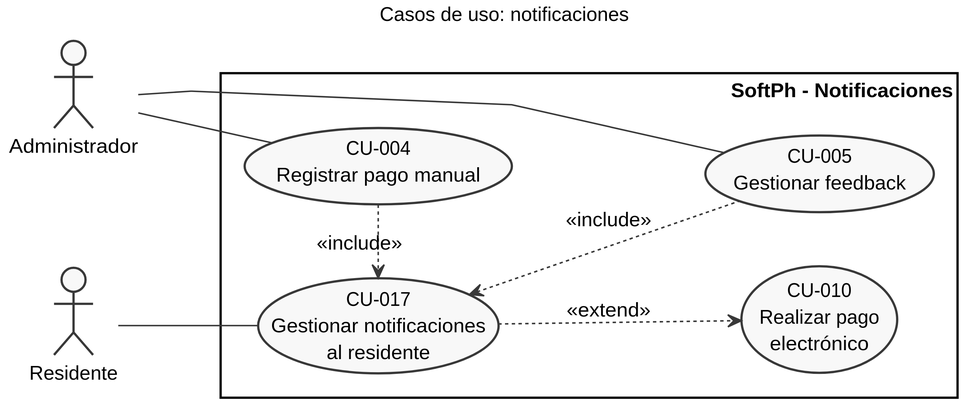
Earlier version of the PlantUML export docs/entrega-objetivos/casos-uso/cu-05-notificaciones.svg (yilberDev/SoftPh-Academico).
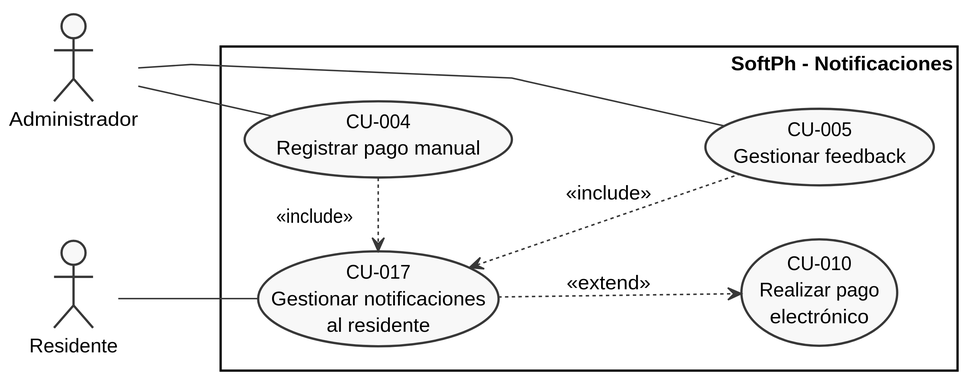
After the commit.

What changed in the source:
```diff
@@ -11,7 +11,6 @@
 skinparam nodesep 30
 skinparam ranksep 70
 left to right direction
-title Casos de uso: notificaciones
 
 actor "Administrador" as admin
 actor "Residente" as resident
@@ -26,7 +25,7 @@
 admin -- CU004
 admin -- CU005
 resident -- CU017
-CU004 .> CU017 : <<include>>
+CU004 .> CU017 : "<<include>>                  "
 CU017 <.. CU005 : <<include>>
 CU017 ..> CU010 : <<extend>>
 @enduml
```
